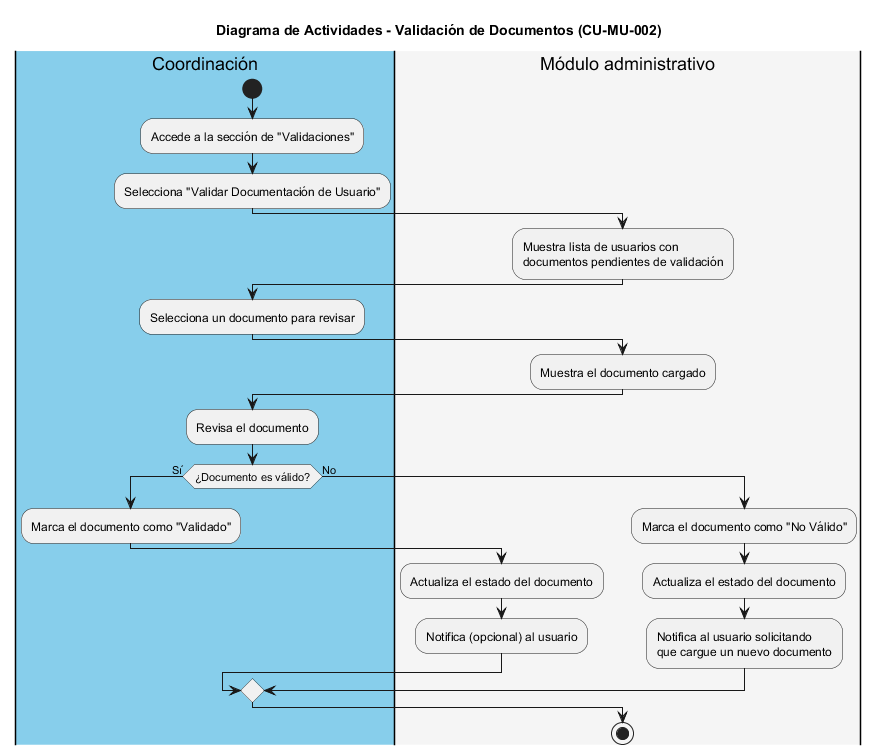
The PlantUML diagram img/CU-MU-002_Validacion_Documentos.png in iKinoo/baby-salesforce-admin-module, before a commit. Source of this version:
```plantuml
@startuml
title Diagrama de Actividades - Validación de Documentos (CU-MU-002)

|#skyblue|Coordinación|
start
:Accede a la sección de "Validaciones";
:Selecciona "Validar Documentación de Usuario";

|#whitesmoke|Módulo administrativo|
:Muestra lista de usuarios con
documentos pendientes de validación;

|#skyblue|Coordinación|
:Selecciona un documento para revisar;

|#whitesmoke|Módulo administrativo|
:Muestra el documento cargado;

|#skyblue|Coordinación|
:Revisa el documento;
if (¿Documento es válido?) then (Sí)
  :Marca el documento como "Validado";
  |#whitesmoke|Módulo administrativo|
  :Actualiza el estado del documento;
  :Notifica (opcional) al usuario;
else (No)
  :Marca el documento como "No Válido";
  |#whitesmoke|Módulo administrativo|
  :Actualiza el estado del documento;
  :Notifica al usuario solicitando
  que cargue un nuevo documento;
endif
stop
@enduml
```
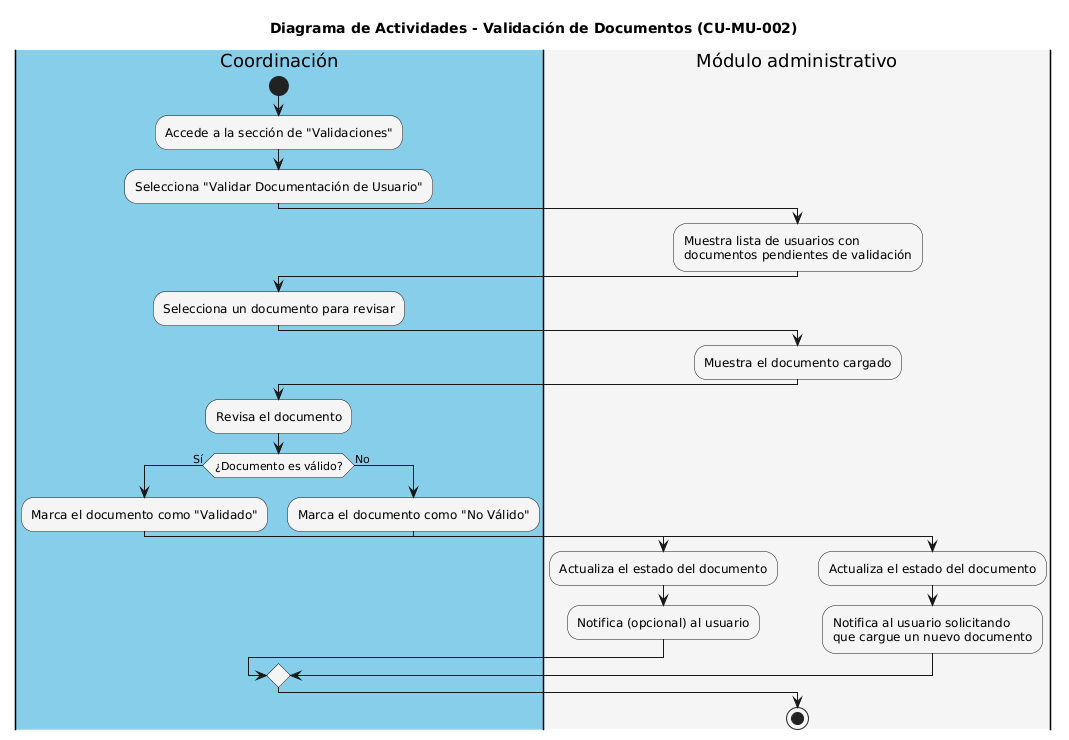
Above is the later version.

The edit, as a diff of the source:
```diff
@@ -24,6 +24,7 @@
   :Actualiza el estado del documento;
   :Notifica (opcional) al usuario;
 else (No)
+  |#skyblue|Coordinación|
   :Marca el documento como "No Válido";
   |#whitesmoke|Módulo administrativo|
   :Actualiza el estado del documento;
```
